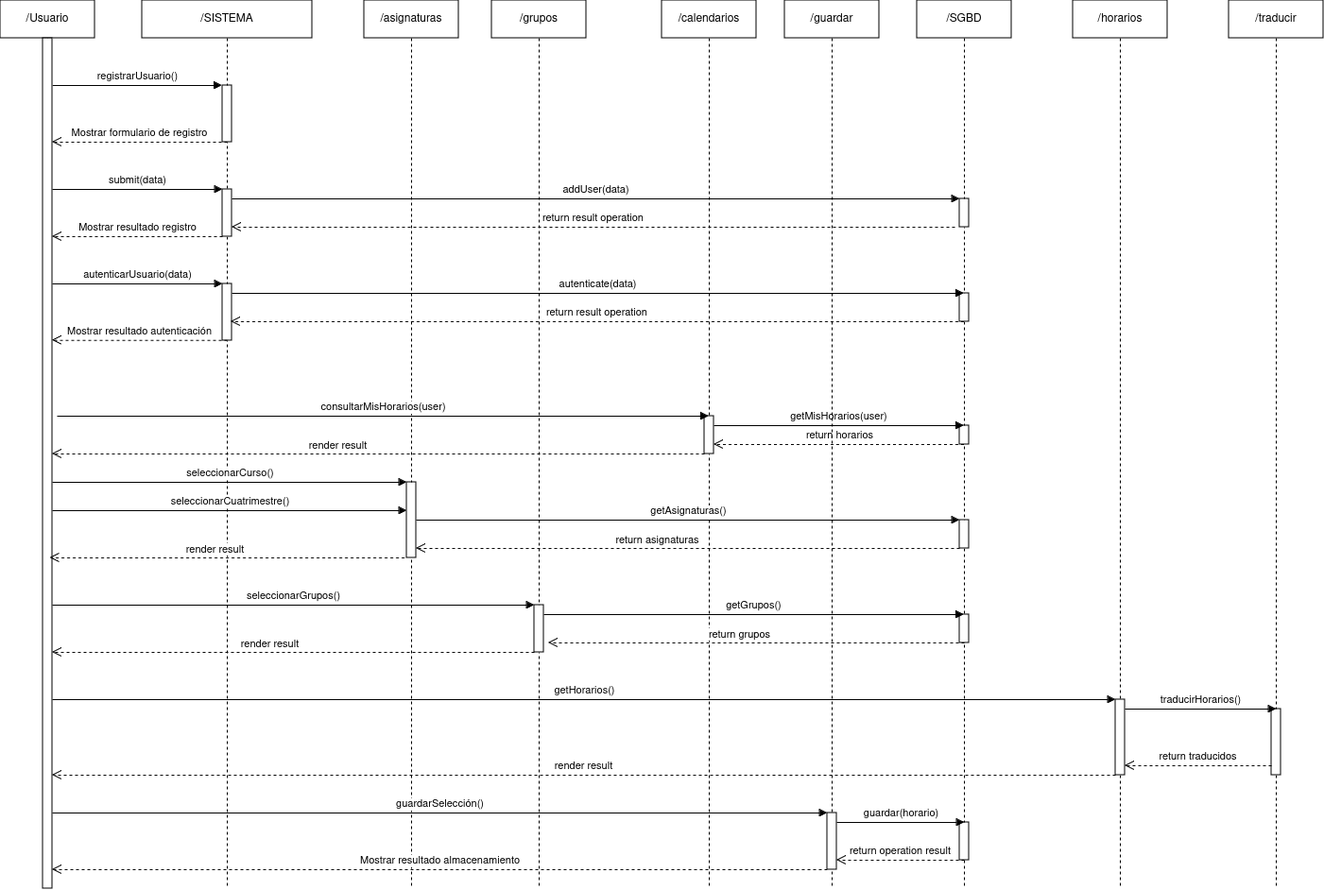
The draw.io diagram doc/imagenes/Secuencia_Diagrama.png in jotape736/Web-application-TFG-ETSIIT, before a commit. Source tidied: cells renumbered, new cells last; positions are measured from the earlier drawing's top-left corner, leaving out a move shared by most shapes.
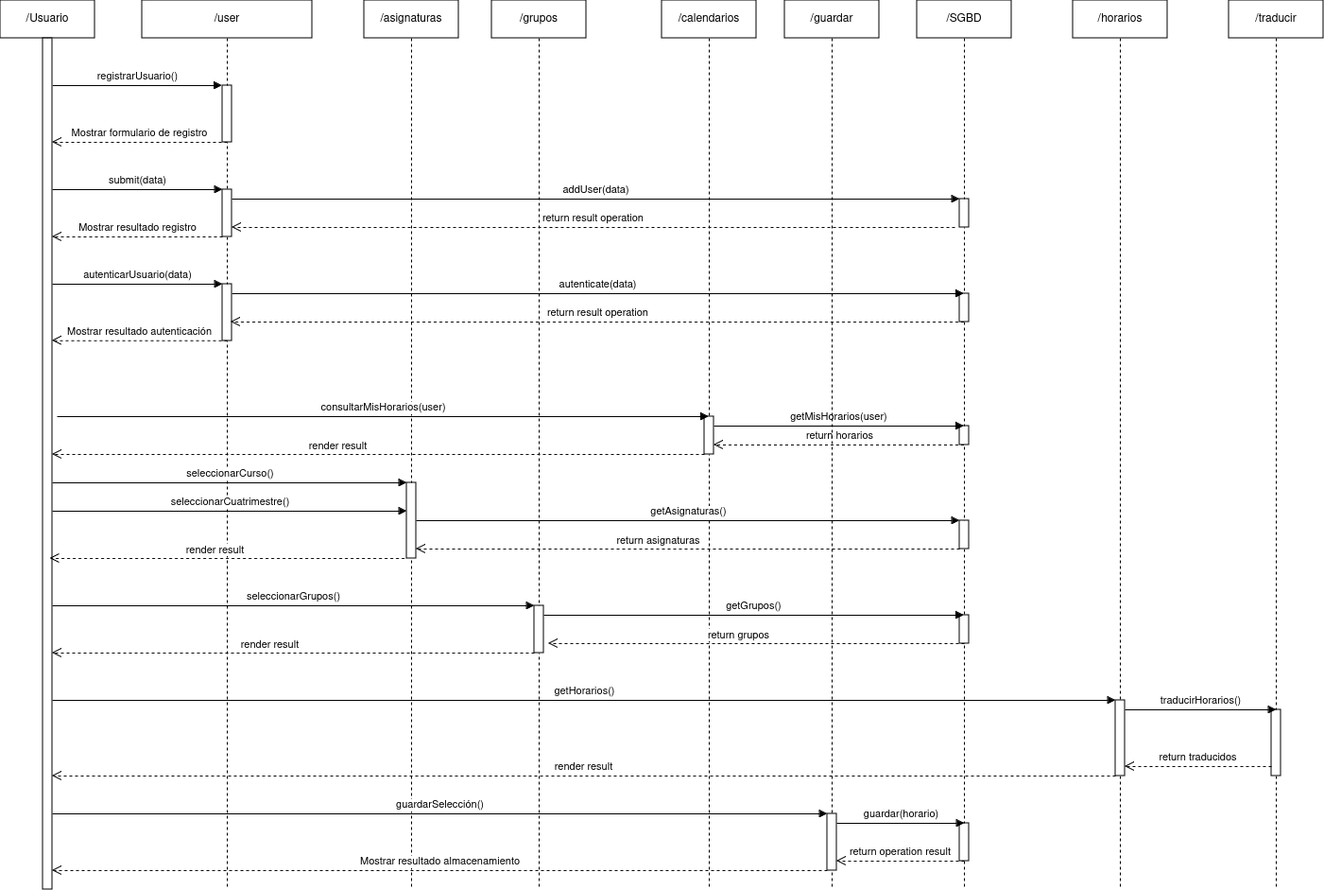
After the commit.

Diff of the diagram source:
```diff
@@ -2,7 +2,7 @@
   <root>
     <mxCell id="0" />
     <mxCell id="1" parent="0" />
-    <mxCell id="2" value="/SISTEMA" style="shape=umlLifeline;perimeter=lifelinePerimeter;whiteSpace=wrap;html=1;newEdgeStyle={&quot;edgeStyle&quot;:&quot;elbowEdgeStyle&quot;,&quot;elbow&quot;:&quot;vertical&quot;,&quot;curved&quot;:0,&quot;rounded&quot;:0};" parent="1" vertex="1">
+    <mxCell id="2" value="/user" style="shape=umlLifeline;perimeter=lifelinePerimeter;whiteSpace=wrap;html=1;newEdgeStyle={&quot;edgeStyle&quot;:&quot;elbowEdgeStyle&quot;,&quot;elbow&quot;:&quot;vertical&quot;,&quot;curved&quot;:0,&quot;rounded&quot;:0};" parent="1" vertex="1">
       <mxGeometry x="150" width="180" height="940" as="geometry" />
     </mxCell>
     <mxCell id="3" style="html=1;perimeter=orthogonalPerimeter;targetShapes=umlLifeline;newEdgeStyle={&quot;edgeStyle&quot;:&quot;elbowEdgeStyle&quot;,&quot;elbow&quot;:&quot;vertical&quot;,&quot;curved&quot;:0,&quot;rounded&quot;:0};" parent="2" vertex="1">
```
